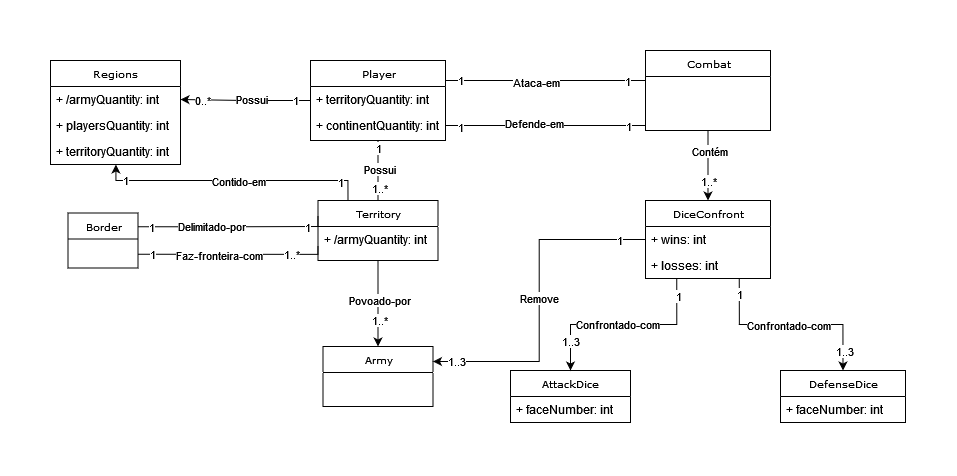
Gil32610/domain-model-territory-confront keeps this draw.io diagram as DomainModelTerritoryAttack.png. Above is the earlier version. Source tidied: cells renumbered, new cells last; positions are measured from the earlier drawing's top-left corner, leaving out a move shared by most shapes.
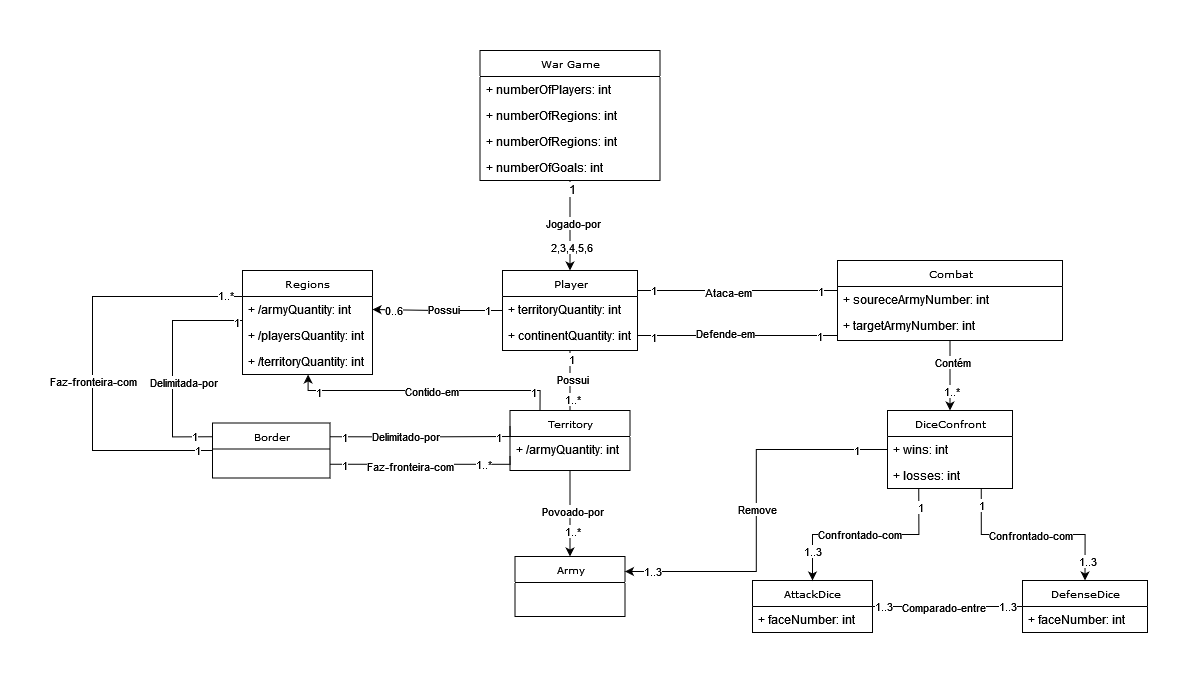
The same file after the commit.

What changed in the source:
```diff
@@ -64,7 +64,7 @@
         <mxPoint x="15" as="offset" />
       </mxGeometry>
     </mxCell>
-    <mxCell id="17" value="0..*" style="edgeLabel;html=1;align=center;verticalAlign=middle;" parent="15" vertex="1">
+    <mxCell id="17" value="0..6" style="edgeLabel;html=1;align=center;verticalAlign=middle;" parent="15" vertex="1">
       <mxGeometry x="0.8" relative="1" as="geometry">
         <mxPoint x="7" as="offset" />
       </mxGeometry>
@@ -90,6 +90,18 @@
     <mxCell id="22" value="1" style="edgeLabel;html=1;align=center;verticalAlign=middle;" parent="19" vertex="1">
       <mxGeometry x="0.73" relative="1" as="geometry" />
     </mxCell>
+    <mxCell id="67" style="edgeStyle=orthogonalEdgeStyle;rounded=0;jettySize=auto;html=1;entryX=0.5;entryY=1;entryDx=0;entryDy=0;endArrow=none;endFill=0;startArrow=classic;startFill=1;startSize=6;" parent="1" edge="1" source="23" target="85">
+      <mxGeometry relative="1" as="geometry" />
+    </mxCell>
+    <mxCell id="68" value="Jogado-por" style="edgeLabel;html=1;align=center;verticalAlign=middle;" parent="67" vertex="1">
+      <mxGeometry x="0.07" y="-2" relative="1" as="geometry" />
+    </mxCell>
+    <mxCell id="69" value="&lt;font style=&quot;font-size: 12px;&quot;&gt;1&lt;/font&gt;" style="edgeLabel;html=1;align=center;verticalAlign=middle;" parent="67" vertex="1">
+      <mxGeometry x="0.81" y="-1" relative="1" as="geometry" />
+    </mxCell>
+    <mxCell id="70" value="2,3,4,5,6" style="edgeLabel;html=1;align=center;verticalAlign=middle;" parent="67" vertex="1">
+      <mxGeometry x="-0.47" relative="1" as="geometry" />
+    </mxCell>
     <mxCell id="23" value="Player" style="swimlane;html=1;fontStyle=0;horizontal=1;startSize=26;fillColor=none;swimlaneFillColor=#ffffff;rounded=0;shadow=0;comic=0;labelBackgroundColor=none;strokeWidth=1;fontFamily=Verdana;fontSize=10;align=center;" parent="1" vertex="1">
       <mxGeometry x="260" y="10" width="135" height="80" as="geometry" />
     </mxCell>
@@ -137,8 +149,27 @@
     <mxCell id="34" value="1..*" style="edgeLabel;html=1;align=center;verticalAlign=middle;" parent="31" vertex="1">
       <mxGeometry x="0.61" y="1" relative="1" as="geometry" />
     </mxCell>
+    <mxCell id="71" style="edgeStyle=orthogonalEdgeStyle;rounded=0;jettySize=auto;html=1;entryX=0;entryY=0.25;entryDx=0;entryDy=0;exitX=0;exitY=0.5;exitDx=0;exitDy=0;endArrow=none;endFill=0;" parent="1" edge="1" source="35" target="63">
+      <mxGeometry relative="1" as="geometry">
+        <Array as="points">
+          <mxPoint x="-150" y="190" />
+          <mxPoint x="-150" y="36" />
+        </Array>
+      </mxGeometry>
+    </mxCell>
+    <mxCell id="72" value="Faz-fronteira-com" style="edgeLabel;html=1;align=center;verticalAlign=middle;" parent="71" vertex="1">
+      <mxGeometry x="-0.02" relative="1" as="geometry">
+        <mxPoint y="18" as="offset" />
+      </mxGeometry>
+    </mxCell>
+    <mxCell id="73" value="1" style="edgeLabel;html=1;align=center;verticalAlign=middle;" parent="71" vertex="1">
+      <mxGeometry x="-0.93" y="-1" relative="1" as="geometry" />
+    </mxCell>
+    <mxCell id="74" value="1..*" style="edgeLabel;html=1;align=center;verticalAlign=middle;" parent="71" vertex="1">
+      <mxGeometry x="0.92" y="2" relative="1" as="geometry" />
+    </mxCell>
     <mxCell id="35" value="Border" style="swimlane;html=1;fontStyle=0;horizontal=1;startSize=26;fillColor=none;swimlaneFillColor=#ffffff;rounded=0;shadow=0;comic=0;labelBackgroundColor=none;strokeWidth=1;fontFamily=Verdana;fontSize=10;align=center;" parent="1" vertex="1">
-      <mxGeometry x="17.5" y="162.5" width="70" height="55" as="geometry" />
+      <mxGeometry x="-30" y="162.5" width="117.5" height="55" as="geometry" />
     </mxCell>
     <mxCell id="36" style="edgeStyle=orthogonalEdgeStyle;rounded=0;jettySize=auto;html=1;entryX=0.5;entryY=0;entryDx=0;entryDy=0;endArrow=classic;endFill=1;" parent="1" edge="1" source="43" target="56">
       <mxGeometry relative="1" as="geometry" />
@@ -172,8 +203,14 @@
       <mxGeometry x="-0.77" relative="1" as="geometry" />
     </mxCell>
     <mxCell id="43" value="Combat" style="swimlane;html=1;fontStyle=0;horizontal=1;startSize=26;fillColor=none;swimlaneFillColor=#ffffff;rounded=0;shadow=0;comic=0;labelBackgroundColor=none;strokeWidth=1;fontFamily=Verdana;fontSize=10;align=center;" parent="1" vertex="1">
-      <mxGeometry x="595" width="125" height="80" as="geometry" />
+      <mxGeometry x="595" width="225" height="80" as="geometry" />
     </mxCell>
+    <mxCell id="75" value="+ soureceArmyNumber: int" style="text;html=1;strokeColor=none;fillColor=none;align=left;verticalAlign=top;spacingLeft=4;spacingRight=4;whiteSpace=wrap;overflow=hidden;" parent="43" vertex="1">
+      <mxGeometry y="26" width="225" height="26" as="geometry" />
+    </mxCell>
+    <mxCell id="76" value="+ targetArmyNumber: int" style="text;html=1;strokeColor=none;fillColor=none;align=left;verticalAlign=top;spacingLeft=4;spacingRight=4;whiteSpace=wrap;overflow=hidden;" parent="43" vertex="1">
+      <mxGeometry y="52" width="225" height="26" as="geometry" />
+    </mxCell>
     <mxCell id="44" style="edgeStyle=orthogonalEdgeStyle;rounded=0;jettySize=auto;html=1;exitX=0.25;exitY=1;exitDx=0;exitDy=0;entryX=0.5;entryY=0;entryDx=0;entryDy=0;endArrow=classic;endFill=1;" parent="1" edge="1" source="56" target="59">
       <mxGeometry relative="1" as="geometry" />
     </mxCell>
@@ -211,7 +248,7 @@
       <mxGeometry x="0.86" y="-1" relative="1" as="geometry" />
     </mxCell>
     <mxCell id="56" value="DiceConfront" style="swimlane;html=1;fontStyle=0;horizontal=1;startSize=26;fillColor=none;swimlaneFillColor=#ffffff;rounded=0;shadow=0;comic=0;labelBackgroundColor=none;strokeWidth=1;fontFamily=Verdana;fontSize=10;align=center;" parent="1" vertex="1">
-      <mxGeometry x="595" y="150" width="125" height="78" as="geometry" />
+      <mxGeometry x="645" y="150" width="125" height="78" as="geometry" />
     </mxCell>
     <mxCell id="57" value="+ wins: int" style="text;html=1;strokeColor=none;fillColor=none;align=left;verticalAlign=top;spacingLeft=4;spacingRight=4;whiteSpace=wrap;overflow=hidden;" parent="56" vertex="1">
       <mxGeometry y="26" width="125" height="26" as="geometry" />
@@ -219,29 +256,78 @@
     <mxCell id="58" value="+ losses: int" style="text;html=1;strokeColor=none;fillColor=none;align=left;verticalAlign=top;spacingLeft=4;spacingRight=4;whiteSpace=wrap;overflow=hidden;" parent="56" vertex="1">
       <mxGeometry y="52" width="125" height="26" as="geometry" />
     </mxCell>
+    <mxCell id="77" style="edgeStyle=orthogonalEdgeStyle;rounded=0;jettySize=auto;html=1;endArrow=none;endFill=0;" parent="1" edge="1" source="59" target="61">
+      <mxGeometry relative="1" as="geometry" />
+    </mxCell>
+    <mxCell id="78" value="Comparado-entre" style="edgeLabel;html=1;align=center;verticalAlign=middle;" parent="77" vertex="1">
+      <mxGeometry x="-0.23" y="1" relative="1" as="geometry">
+        <mxPoint x="12" y="1" as="offset" />
+      </mxGeometry>
+    </mxCell>
+    <mxCell id="79" value="1..3" style="edgeLabel;html=1;align=center;verticalAlign=middle;" parent="77" vertex="1">
+      <mxGeometry x="-0.86" y="1" relative="1" as="geometry" />
+    </mxCell>
+    <mxCell id="80" value="1..3" style="edgeLabel;html=1;align=center;verticalAlign=middle;" parent="77" vertex="1">
+      <mxGeometry x="0.79" y="1" relative="1" as="geometry" />
+    </mxCell>
     <mxCell id="59" value="AttackDice" style="swimlane;html=1;fontStyle=0;horizontal=1;startSize=26;fillColor=none;swimlaneFillColor=#ffffff;rounded=0;shadow=0;comic=0;labelBackgroundColor=none;strokeWidth=1;fontFamily=Verdana;fontSize=10;align=center;" parent="1" vertex="1">
-      <mxGeometry x="460" y="320" width="120" height="52" as="geometry" />
+      <mxGeometry x="510" y="320" width="120" height="52" as="geometry" />
     </mxCell>
     <mxCell id="60" value="+ faceNumber: int" style="text;html=1;strokeColor=none;fillColor=none;align=left;verticalAlign=top;spacingLeft=4;spacingRight=4;whiteSpace=wrap;overflow=hidden;" parent="59" vertex="1">
       <mxGeometry y="26" width="120" height="26" as="geometry" />
     </mxCell>
     <mxCell id="61" value="DefenseDice" style="swimlane;html=1;fontStyle=0;horizontal=1;startSize=26;fillColor=none;swimlaneFillColor=#ffffff;rounded=0;shadow=0;comic=0;labelBackgroundColor=none;strokeWidth=1;fontFamily=Verdana;fontSize=10;align=center;" parent="1" vertex="1">
-      <mxGeometry x="730" y="320" width="125" height="52" as="geometry" />
+      <mxGeometry x="780" y="320" width="125" height="52" as="geometry" />
     </mxCell>
     <mxCell id="62" value="+ faceNumber: int" style="text;html=1;strokeColor=none;fillColor=none;align=left;verticalAlign=top;spacingLeft=4;spacingRight=4;whiteSpace=wrap;overflow=hidden;" parent="61" vertex="1">
       <mxGeometry y="26" width="125" height="26" as="geometry" />
     </mxCell>
+    <mxCell id="81" style="edgeStyle=orthogonalEdgeStyle;rounded=0;jettySize=auto;html=1;exitX=0;exitY=0.5;exitDx=0;exitDy=0;entryX=0;entryY=0.25;entryDx=0;entryDy=0;endArrow=none;endFill=0;" parent="1" edge="1" source="64" target="35">
+      <mxGeometry relative="1" as="geometry">
+        <Array as="points">
+          <mxPoint y="60" />
+          <mxPoint x="-70" y="60" />
+          <mxPoint x="-70" y="176" />
+        </Array>
+      </mxGeometry>
+    </mxCell>
+    <mxCell id="82" value="Delimitada-por" style="edgeLabel;html=1;align=center;verticalAlign=middle;" parent="81" vertex="1">
+      <mxGeometry x="0.12" y="1" relative="1" as="geometry">
+        <mxPoint x="9" y="8" as="offset" />
+      </mxGeometry>
+    </mxCell>
+    <mxCell id="83" value="1" style="edgeLabel;html=1;align=center;verticalAlign=middle;" parent="81" vertex="1">
+      <mxGeometry x="-0.85" y="1" relative="1" as="geometry" />
+    </mxCell>
+    <mxCell id="84" value="1" style="edgeLabel;html=1;align=center;verticalAlign=middle;" parent="81" vertex="1">
+      <mxGeometry x="0.83" y="1" relative="1" as="geometry" />
+    </mxCell>
     <mxCell id="63" value="Regions" style="swimlane;html=1;fontStyle=0;horizontal=1;startSize=26;fillColor=none;swimlaneFillColor=#ffffff;rounded=0;shadow=0;comic=0;labelBackgroundColor=none;strokeWidth=1;fontFamily=Verdana;fontSize=10;align=center;" parent="1" vertex="1">
       <mxGeometry y="10" width="130" height="104" as="geometry" />
     </mxCell>
     <mxCell id="64" value="+ /armyQuantity: int" style="text;html=1;strokeColor=none;fillColor=none;align=left;verticalAlign=top;spacingLeft=4;spacingRight=4;whiteSpace=wrap;overflow=hidden;points=[[0,0.5],[1,0.5]];portConstraint=eastwest;" parent="63" vertex="1">
       <mxGeometry y="26" width="130" height="26" as="geometry" />
     </mxCell>
-    <mxCell id="65" value="+ playersQuantity: int" style="text;html=1;strokeColor=none;fillColor=none;align=left;verticalAlign=top;spacingLeft=4;spacingRight=4;whiteSpace=wrap;overflow=hidden;" parent="63" vertex="1">
+    <mxCell id="65" value="+ /playersQuantity: int" style="text;html=1;strokeColor=none;fillColor=none;align=left;verticalAlign=top;spacingLeft=4;spacingRight=4;whiteSpace=wrap;overflow=hidden;" parent="63" vertex="1">
       <mxGeometry y="52" width="130" height="26" as="geometry" />
     </mxCell>
-    <mxCell id="66" value="+ territoryQuantity: int" style="text;html=1;strokeColor=none;fillColor=none;align=left;verticalAlign=top;spacingLeft=4;spacingRight=4;whiteSpace=wrap;overflow=hidden;" parent="63" vertex="1">
+    <mxCell id="66" value="+ /territoryQuantity: int" style="text;html=1;strokeColor=none;fillColor=none;align=left;verticalAlign=top;spacingLeft=4;spacingRight=4;whiteSpace=wrap;overflow=hidden;" parent="63" vertex="1">
       <mxGeometry y="78" width="130" height="26" as="geometry" />
     </mxCell>
+    <mxCell id="85" value="War Game" style="swimlane;html=1;fontStyle=0;horizontal=1;startSize=26;fillColor=none;swimlaneFillColor=#ffffff;rounded=0;shadow=0;comic=0;labelBackgroundColor=none;strokeWidth=1;fontFamily=Verdana;fontSize=10;align=center;" parent="1" vertex="1">
+      <mxGeometry x="237.5" y="-210" width="180" height="130" as="geometry" />
+    </mxCell>
+    <mxCell id="86" value="+ numberOfPlayers: int" style="text;html=1;strokeColor=none;fillColor=none;align=left;verticalAlign=top;spacingLeft=4;spacingRight=4;whiteSpace=wrap;overflow=hidden;" parent="85" vertex="1">
+      <mxGeometry y="26" width="180" height="26" as="geometry" />
+    </mxCell>
+    <mxCell id="87" value="+ numberOfRegions: int" style="text;html=1;strokeColor=none;fillColor=none;align=left;verticalAlign=top;spacingLeft=4;spacingRight=4;whiteSpace=wrap;overflow=hidden;" parent="85" vertex="1">
+      <mxGeometry y="52" width="180" height="26" as="geometry" />
+    </mxCell>
+    <mxCell id="88" value="+ numberOfRegions: int" style="text;html=1;strokeColor=none;fillColor=none;align=left;verticalAlign=top;spacingLeft=4;spacingRight=4;whiteSpace=wrap;overflow=hidden;" parent="85" vertex="1">
+      <mxGeometry y="78" width="180" height="26" as="geometry" />
+    </mxCell>
+    <mxCell id="89" value="+ numberOfGoals: int" style="text;html=1;strokeColor=none;fillColor=none;align=left;verticalAlign=top;spacingLeft=4;spacingRight=4;whiteSpace=wrap;overflow=hidden;" parent="85" vertex="1">
+      <mxGeometry y="104" width="180" height="26" as="geometry" />
+    </mxCell>
   </root>
 </mxGraphModel>
```
